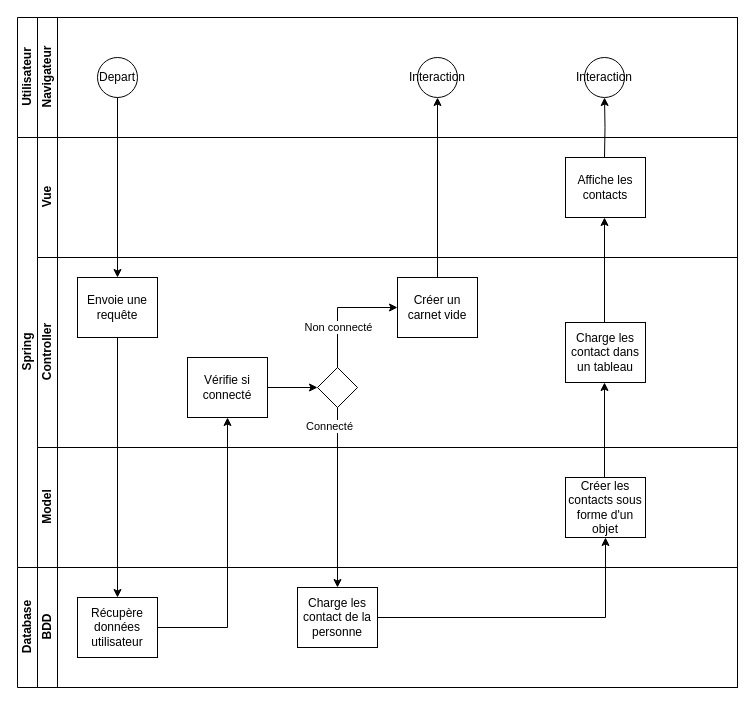
Before: Diagrammes/Diagramme activités Adress.drawio in xAm64/Contacts, a draw.io diagram. Source tidied: cells renumbered, new cells numbered last; positions are measured from the earlier drawing's top-left corner, leaving out a move shared by most shapes. Both pictures are drawn from the tidied source at 100%, with x=0, y=0 at pixel (17, 17).
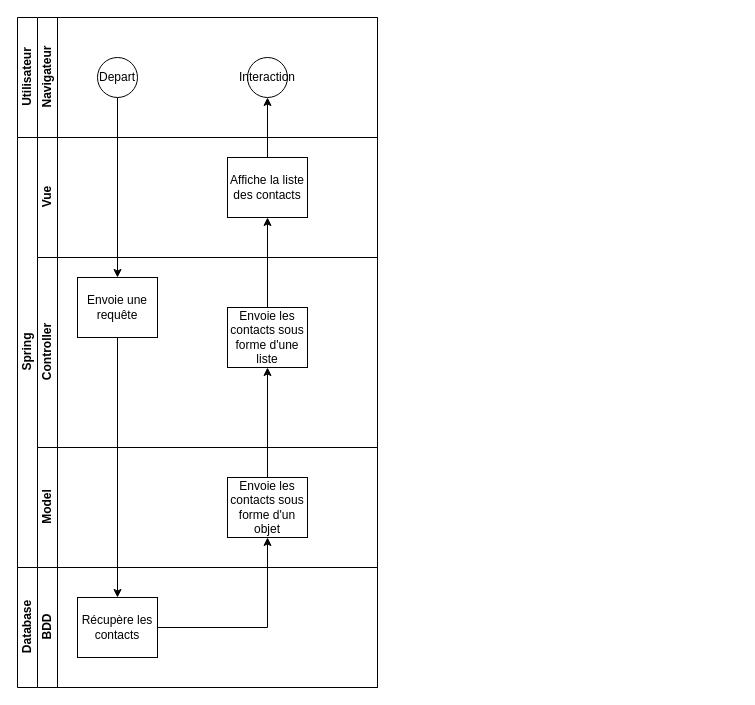
Above is the later version.

The edit, as a diff of the source:
```diff
@@
     <mxCell id="2" value="Spring" style="swimlane;html=1;horizontal=0;startSize=20;" parent="1" vertex="1">
-      <mxGeometry y="120" width="720" height="430" as="geometry" />
+      <mxGeometry y="120" width="360" height="430" as="geometry" />
     </mxCell>
     <mxCell id="3" value="Vue" style="swimlane;html=1;startSize=20;horizontal=0;" parent="2" vertex="1">
-      <mxGeometry x="20" width="700" height="120" as="geometry" />
+      <mxGeometry x="20" width="340" height="120" as="geometry" />
     </mxCell>
-    <mxCell id="4" value="Affiche les contacts" style="rounded=0;whiteSpace=wrap;html=1;fontFamily=Helvetica;fontSize=12;fontColor=#000000;align=center;" parent="3" vertex="1">
-      <mxGeometry x="528" y="20" width="80" height="60" as="geometry" />
-    </mxCell>
+    <mxCell id="35" value="Affiche la liste des contacts" style="rounded=0;whiteSpace=wrap;html=1;fontFamily=Helvetica;fontSize=12;fontColor=#000000;align=center;" parent="3" vertex="1">
+      <mxGeometry x="190" y="20" width="80" height="60" as="geometry" />
+    </mxCell>
     <mxCell id="5" value="Controller" style="swimlane;html=1;startSize=20;horizontal=0;" parent="2" vertex="1">
-      <mxGeometry x="20" y="120" width="700" height="190" as="geometry" />
+      <mxGeometry x="20" y="120" width="340" height="190" as="geometry" />
     </mxCell>
@@
-    <mxCell id="7" style="edgeStyle=orthogonalEdgeStyle;rounded=0;jettySize=auto;html=1;entryX=0;entryY=0.5;entryDx=0;entryDy=0;" parent="5" edge="1" source="8" target="11">
-      <mxGeometry relative="1" as="geometry" />
-    </mxCell>
-    <mxCell id="8" value="Vérifie si connecté" style="rounded=0;whiteSpace=wrap;html=1;fontFamily=Helvetica;fontSize=12;fontColor=#000000;align=center;" parent="5" vertex="1">
-      <mxGeometry x="150" y="100" width="80" height="60" as="geometry" />
-    </mxCell>
-    <mxCell id="9" style="edgeStyle=orthogonalEdgeStyle;rounded=0;jettySize=auto;html=1;entryX=0;entryY=0.5;entryDx=0;entryDy=0;" parent="5" edge="1" source="11" target="12">
-      <mxGeometry relative="1" as="geometry">
-        <Array as="points">
-          <mxPoint x="300" y="50" />
-        </Array>
-      </mxGeometry>
-    </mxCell>
-    <mxCell id="10" value="Non connecté" style="edgeLabel;html=1;align=center;verticalAlign=middle;" parent="9" vertex="1">
-      <mxGeometry x="-0.32" relative="1" as="geometry" />
-    </mxCell>
-    <mxCell id="11" style="rhombus;whiteSpace=wrap;html=1;fontFamily=Helvetica;fontSize=12;fontColor=#000000;align=center;" parent="5" vertex="1">
-      <mxGeometry x="280" y="110" width="40" height="40" as="geometry" />
-    </mxCell>
-    <mxCell id="12" value="Créer un carnet vide" style="rounded=0;whiteSpace=wrap;html=1;fontFamily=Helvetica;fontSize=12;fontColor=#000000;align=center;" parent="5" vertex="1">
-      <mxGeometry x="360" y="20" width="80" height="60" as="geometry" />
-    </mxCell>
-    <mxCell id="13" value="Charge les contact dans un tableau" style="rounded=0;whiteSpace=wrap;html=1;fontFamily=Helvetica;fontSize=12;fontColor=#000000;align=center;" parent="5" vertex="1">
-      <mxGeometry x="528" y="65" width="80" height="60" as="geometry" />
-    </mxCell>
+    <mxCell id="36" value="Envoie les contacts sous forme d'une liste" style="rounded=0;whiteSpace=wrap;html=1;fontFamily=Helvetica;fontSize=12;fontColor=#000000;align=center;" parent="5" vertex="1">
+      <mxGeometry x="190" y="50" width="80" height="60" as="geometry" />
+    </mxCell>
     <mxCell id="14" value="Model" style="swimlane;html=1;startSize=20;horizontal=0;" parent="2" vertex="1">
-      <mxGeometry x="20" y="310" width="700" height="120" as="geometry" />
+      <mxGeometry x="20" y="310" width="340" height="120" as="geometry" />
     </mxCell>
-    <mxCell id="15" value="Créer les contacts sous forme d'un objet" style="rounded=0;whiteSpace=wrap;html=1;fontFamily=Helvetica;fontSize=12;fontColor=#000000;align=center;" parent="14" vertex="1">
-      <mxGeometry x="528" y="30" width="80" height="60" as="geometry" />
-    </mxCell>
-    <mxCell id="16" style="edgeStyle=orthogonalEdgeStyle;rounded=0;orthogonalLoop=1;jettySize=auto;html=1;entryX=0.5;entryY=1;entryDx=0;entryDy=0;" parent="2" edge="1">
-      <mxGeometry relative="1" as="geometry">
-        <mxPoint x="587" y="340" as="sourcePoint" />
-        <mxPoint x="587" y="245" as="targetPoint" />
-      </mxGeometry>
-    </mxCell>
-    <mxCell id="17" style="edgeStyle=orthogonalEdgeStyle;rounded=0;orthogonalLoop=1;jettySize=auto;html=1;entryX=0.5;entryY=1;entryDx=0;entryDy=0;" parent="2" edge="1">
-      <mxGeometry relative="1" as="geometry">
-        <mxPoint x="587" y="185" as="sourcePoint" />
-        <mxPoint x="587" y="80" as="targetPoint" />
-      </mxGeometry>
-    </mxCell>
+    <mxCell id="37" value="Envoie les contacts sous forme d'un objet" style="rounded=0;whiteSpace=wrap;html=1;fontFamily=Helvetica;fontSize=12;fontColor=#000000;align=center;" parent="14" vertex="1">
+      <mxGeometry x="190" y="30" width="80" height="60" as="geometry" />
+    </mxCell>
+    <mxCell id="38" style="edgeStyle=orthogonalEdgeStyle;rounded=0;jettySize=auto;html=1;entryX=0.5;entryY=1;entryDx=0;entryDy=0;" parent="2" edge="1" source="37" target="36">
+      <mxGeometry relative="1" as="geometry" />
+    </mxCell>
+    <mxCell id="39" style="edgeStyle=orthogonalEdgeStyle;rounded=0;jettySize=auto;html=1;entryX=0.5;entryY=1;entryDx=0;entryDy=0;" parent="2" edge="1" source="36" target="35">
+      <mxGeometry relative="1" as="geometry" />
+    </mxCell>
     <mxCell id="18" value="Utilisateur" style="swimlane;html=1;horizontal=0;startSize=20;" parent="1" vertex="1">
-      <mxGeometry width="720" height="120" as="geometry" />
+      <mxGeometry width="360" height="120" as="geometry" />
     </mxCell>
     <mxCell id="19" value="Navigateur" style="swimlane;html=1;startSize=20;horizontal=0;" parent="18" vertex="1">
-      <mxGeometry x="20" width="700" height="120" as="geometry" />
+      <mxGeometry x="20" width="340" height="120" as="geometry" />
     </mxCell>
@@
     <mxCell id="21" value="Interaction" style="ellipse;whiteSpace=wrap;html=1;" parent="19" vertex="1">
-      <mxGeometry x="380" y="40" width="40" height="40" as="geometry" />
+      <mxGeometry x="210" y="40" width="40" height="40" as="geometry" />
     </mxCell>
-    <mxCell id="22" value="Interaction" style="ellipse;whiteSpace=wrap;html=1;" parent="19" vertex="1">
-      <mxGeometry x="547" y="40" width="40" height="40" as="geometry" />
-    </mxCell>
     <mxCell id="23" value="Database" style="swimlane;html=1;horizontal=0;startSize=20;" parent="1" vertex="1">
-      <mxGeometry y="550" width="720" height="120" as="geometry" />
+      <mxGeometry y="550" width="360" height="120" as="geometry" />
     </mxCell>
     <mxCell id="24" value="BDD" style="swimlane;html=1;startSize=20;horizontal=0;" parent="23" vertex="1">
-      <mxGeometry x="20" width="700" height="120" as="geometry" />
+      <mxGeometry x="20" width="340" height="120" as="geometry" />
     </mxCell>
-    <mxCell id="25" value="Récupère données utilisateur" style="rounded=0;whiteSpace=wrap;html=1;fontFamily=Helvetica;fontSize=12;fontColor=#000000;align=center;" parent="24" vertex="1">
+    <mxCell id="25" value="Récupère les contacts" style="rounded=0;whiteSpace=wrap;html=1;fontFamily=Helvetica;fontSize=12;fontColor=#000000;align=center;" parent="24" vertex="1">
       <mxGeometry x="40" y="30" width="80" height="60" as="geometry" />
     </mxCell>
-    <mxCell id="26" value="Charge les contact de la personne" style="rounded=0;whiteSpace=wrap;html=1;fontFamily=Helvetica;fontSize=12;fontColor=#000000;align=center;" parent="24" vertex="1">
-      <mxGeometry x="260" y="20" width="80" height="60" as="geometry" />
-    </mxCell>
@@
-    <mxCell id="29" style="edgeStyle=orthogonalEdgeStyle;rounded=0;jettySize=auto;html=1;entryX=0.5;entryY=1;entryDx=0;entryDy=0;" parent="1" edge="1" source="25" target="8">
-      <mxGeometry relative="1" as="geometry" />
-    </mxCell>
-    <mxCell id="30" style="edgeStyle=orthogonalEdgeStyle;rounded=0;jettySize=auto;html=1;" parent="1" edge="1" source="11" target="26">
-      <mxGeometry relative="1" as="geometry" />
-    </mxCell>
-    <mxCell id="31" value="Connecté" style="edgeLabel;html=1;align=center;verticalAlign=middle;" parent="30" vertex="1">
-      <mxGeometry x="-0.73" y="-4" relative="1" as="geometry">
-        <mxPoint x="-5" y="-6" as="offset" />
-      </mxGeometry>
-    </mxCell>
-    <mxCell id="32" style="edgeStyle=orthogonalEdgeStyle;rounded=0;jettySize=auto;html=1;entryX=0.5;entryY=1;entryDx=0;entryDy=0;" parent="1" edge="1" source="26" target="15">
-      <mxGeometry relative="1" as="geometry" />
-    </mxCell>
-    <mxCell id="33" style="edgeStyle=orthogonalEdgeStyle;rounded=0;jettySize=auto;html=1;entryX=0.5;entryY=1;entryDx=0;entryDy=0;" parent="1" edge="1" source="12" target="21">
-      <mxGeometry relative="1" as="geometry" />
-    </mxCell>
-    <mxCell id="34" style="edgeStyle=orthogonalEdgeStyle;rounded=0;jettySize=auto;html=1;entryX=0.5;entryY=1;entryDx=0;entryDy=0;" parent="1" edge="1" target="22">
-      <mxGeometry relative="1" as="geometry">
-        <mxPoint x="587" y="140" as="sourcePoint" />
-      </mxGeometry>
-    </mxCell>
+    <mxCell id="40" style="edgeStyle=orthogonalEdgeStyle;rounded=0;jettySize=auto;html=1;entryX=0.5;entryY=1;entryDx=0;entryDy=0;" parent="1" edge="1" source="25" target="37">
+      <mxGeometry relative="1" as="geometry" />
+    </mxCell>
+    <mxCell id="41" style="edgeStyle=orthogonalEdgeStyle;rounded=0;jettySize=auto;html=1;" parent="1" edge="1" source="35" target="21">
+      <mxGeometry relative="1" as="geometry" />
+    </mxCell>
```
